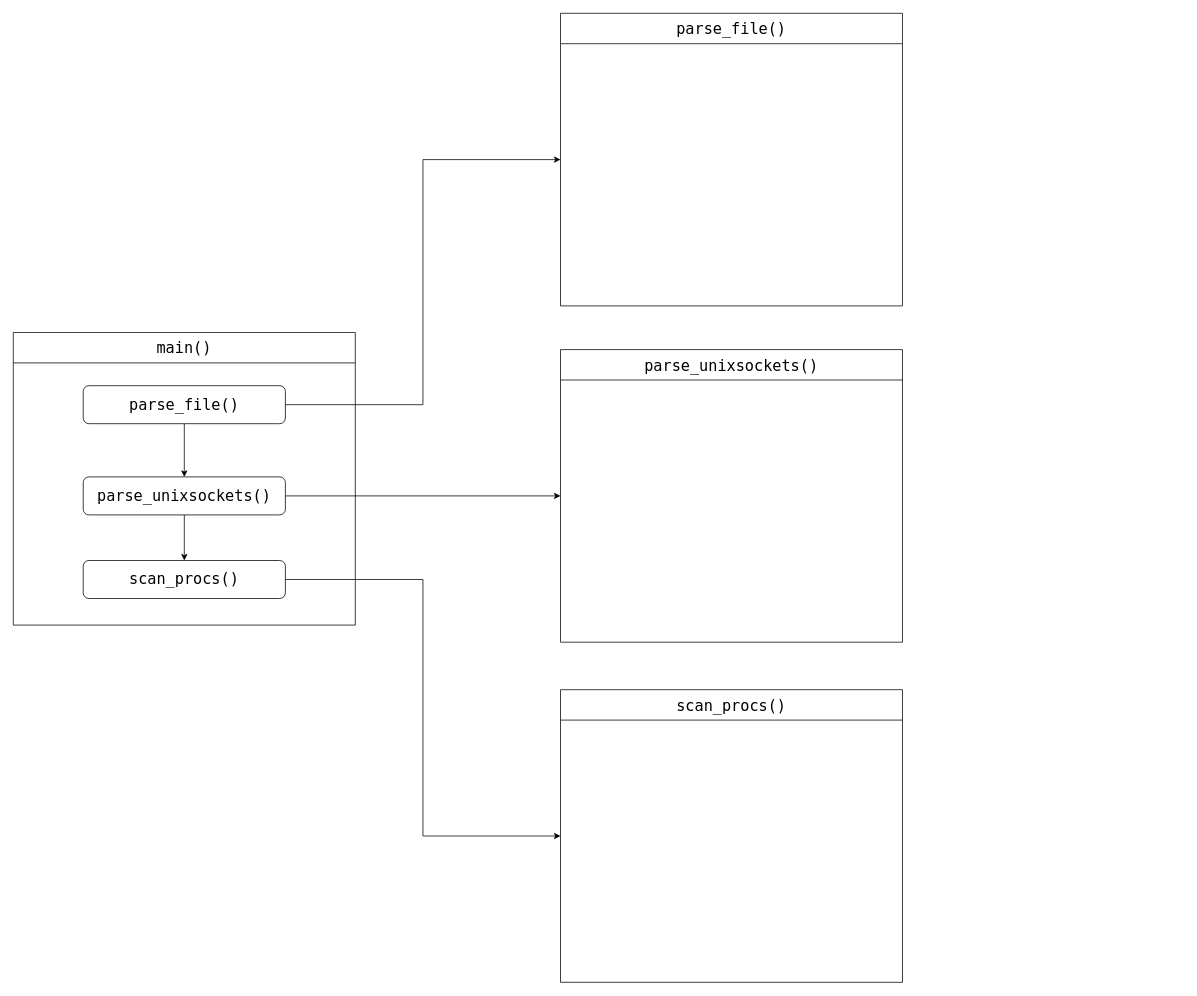
leungbless/MD- keeps this draw.io diagram as fuser获取pid过程.drawio. Above is the earlier version. Source tidied: cells renumbered, new cells numbered last; positions are measured from the earlier drawing's top-left corner, leaving out a move shared by most shapes. Both pictures are drawn from the tidied source at 76%, with x=0, y=0 at pixel (13, 13).
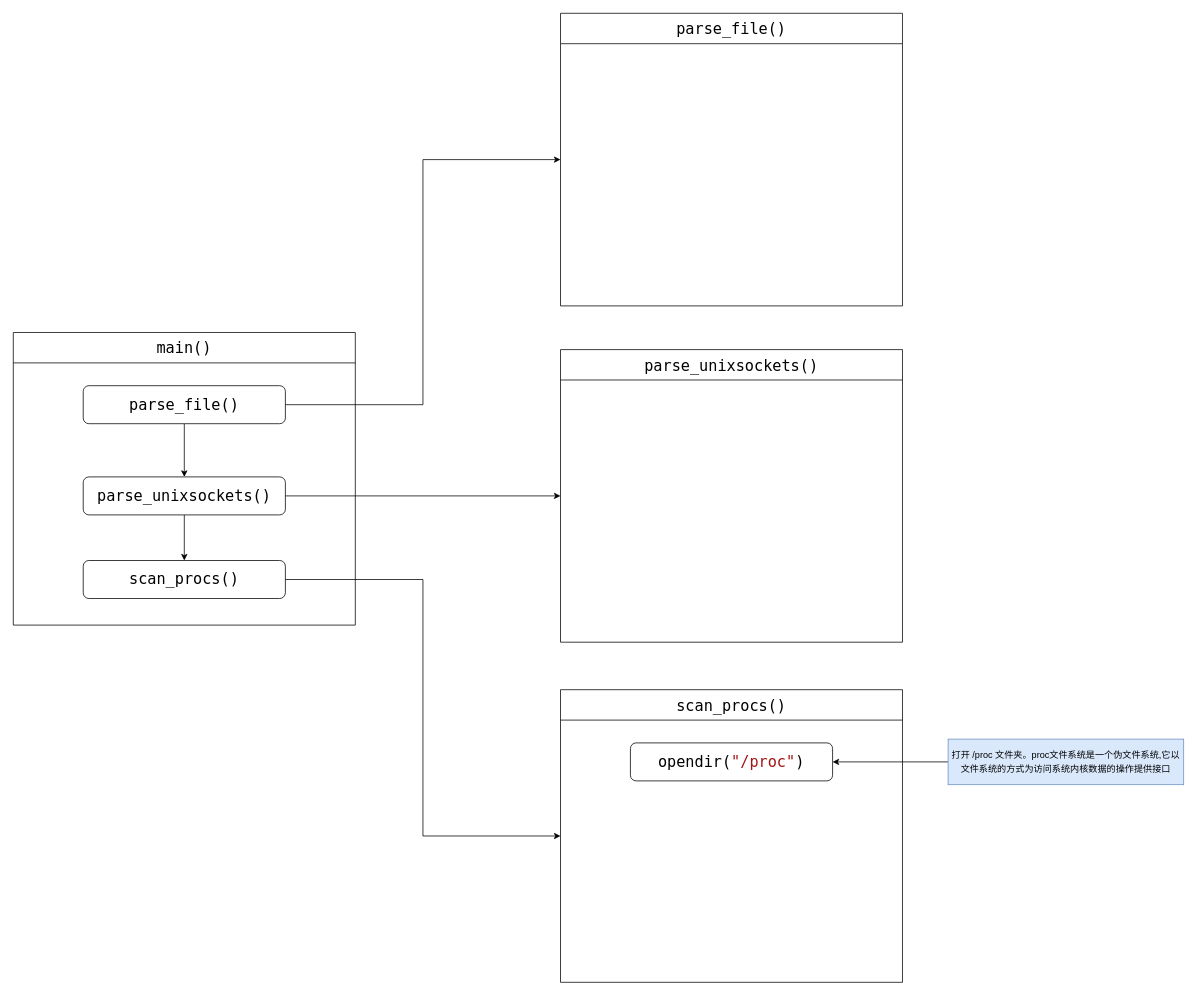
The same page after the edit.

Commit message:
更新fuser获取pid过程.drawio

Change to the diagram source:
```diff
@@
 <mxGraphModel>
   <root>
     <mxCell id="0" />
     <mxCell id="1" parent="0" />
     <mxCell id="2" value="&lt;font face=&quot;Lucida Console&quot; style=&quot;font-size: 20px; font-weight: normal;&quot;&gt;main()&lt;/font&gt;" style="swimlane;whiteSpace=wrap;html=1;startSize=40;" parent="1" vertex="1">
       <mxGeometry y="420" width="450" height="385" as="geometry" />
     </mxCell>
     <mxCell id="3" style="edgeStyle=orthogonalEdgeStyle;rounded=0;jettySize=auto;html=1;exitX=0.5;exitY=1;exitDx=0;exitDy=0;" parent="2" edge="1" source="4" target="6">
       <mxGeometry relative="1" as="geometry" />
     </mxCell>
     <mxCell id="4" value="&lt;div style=&quot;background-color: rgb(255, 255, 255); font-size: 20px; line-height: 19px;&quot;&gt;&lt;font face=&quot;Lucida Console&quot;&gt;parse_file()&lt;/font&gt;&lt;/div&gt;" style="rounded=1;whiteSpace=wrap;html=1;" parent="2" vertex="1">
       <mxGeometry x="92" y="70" width="266" height="50" as="geometry" />
     </mxCell>
     <mxCell id="5" style="edgeStyle=orthogonalEdgeStyle;rounded=0;jettySize=auto;html=1;" parent="2" edge="1" source="6" target="7">
       <mxGeometry relative="1" as="geometry" />
     </mxCell>
     <mxCell id="6" value="&lt;div style=&quot;background-color: rgb(255, 255, 255); font-size: 20px; line-height: 19px;&quot;&gt;&lt;font face=&quot;Lucida Console&quot;&gt;parse_unixsockets()&lt;/font&gt;&lt;/div&gt;" style="rounded=1;whiteSpace=wrap;html=1;" parent="2" vertex="1">
       <mxGeometry x="92" y="190" width="266" height="50" as="geometry" />
     </mxCell>
     <mxCell id="7" value="&lt;div style=&quot;background-color: rgb(255, 255, 255); font-size: 20px; line-height: 19px;&quot;&gt;&lt;font face=&quot;Lucida Console&quot;&gt;scan_procs()&lt;/font&gt;&lt;/div&gt;" style="rounded=1;whiteSpace=wrap;html=1;" parent="2" vertex="1">
       <mxGeometry x="92" y="300" width="266" height="50" as="geometry" />
     </mxCell>
     <mxCell id="8" value="&lt;font style=&quot;font-size: 20px; font-weight: normal;&quot; face=&quot;Lucida Console&quot;&gt;parse_file()&lt;/font&gt;" style="swimlane;whiteSpace=wrap;html=1;startSize=40;" parent="1" vertex="1">
       <mxGeometry x="720" width="450" height="385" as="geometry" />
     </mxCell>
     <mxCell id="9" style="edgeStyle=orthogonalEdgeStyle;rounded=0;jettySize=auto;html=1;exitX=1;exitY=0.5;exitDx=0;exitDy=0;entryX=0;entryY=0.5;entryDx=0;entryDy=0;" parent="1" edge="1" source="4" target="8">
       <mxGeometry relative="1" as="geometry" />
     </mxCell>
     <mxCell id="10" value="&lt;span style=&quot;font-weight: normal;&quot;&gt;&lt;font face=&quot;Lucida Console&quot; style=&quot;font-size: 20px;&quot;&gt;parse_unixsockets()&lt;/font&gt;&lt;/span&gt;" style="swimlane;whiteSpace=wrap;html=1;startSize=40;" parent="1" vertex="1">
       <mxGeometry x="720" y="442.5" width="450" height="385" as="geometry" />
     </mxCell>
     <mxCell id="11" style="edgeStyle=orthogonalEdgeStyle;rounded=0;jettySize=auto;html=1;entryX=0;entryY=0.5;entryDx=0;entryDy=0;" parent="1" edge="1" source="6" target="10">
       <mxGeometry relative="1" as="geometry" />
     </mxCell>
     <mxCell id="12" value="&lt;span style=&quot;font-weight: normal;&quot;&gt;&lt;font face=&quot;Lucida Console&quot; style=&quot;font-size: 20px;&quot;&gt;scan_procs()&lt;/font&gt;&lt;/span&gt;" style="swimlane;whiteSpace=wrap;html=1;startSize=40;" parent="1" vertex="1">
       <mxGeometry x="720" y="890" width="450" height="385" as="geometry" />
     </mxCell>
+    <mxCell id="14" value="&lt;div style=&quot;background-color: rgb(255, 255, 255); font-size: 20px; line-height: 19px;&quot;&gt;&lt;div style=&quot;line-height: 19px;&quot;&gt;&lt;font style=&quot;font-size: 20px;&quot; face=&quot;Lucida Console&quot;&gt;opendir(&lt;span style=&quot;color: rgb(163, 21, 21);&quot;&gt;&quot;/proc&quot;&lt;/span&gt;)&lt;/font&gt;&lt;/div&gt;&lt;/div&gt;" style="rounded=1;whiteSpace=wrap;html=1;" parent="12" vertex="1">
+      <mxGeometry x="92" y="70" width="266" height="50" as="geometry" />
+    </mxCell>
     <mxCell id="13" style="edgeStyle=orthogonalEdgeStyle;rounded=0;jettySize=auto;html=1;entryX=0;entryY=0.5;entryDx=0;entryDy=0;" parent="1" edge="1" source="7" target="12">
       <mxGeometry relative="1" as="geometry" />
     </mxCell>
+    <mxCell id="15" style="edgeStyle=orthogonalEdgeStyle;rounded=0;jettySize=auto;html=1;entryX=1;entryY=0.5;entryDx=0;entryDy=0;" parent="1" edge="1" source="16" target="14">
+      <mxGeometry relative="1" as="geometry" />
+    </mxCell>
+    <mxCell id="16" value="&lt;div style=&quot;line-height: 19px;&quot;&gt;打开 /proc 文件夹。proc文件系统是一个伪文件系统,它以文件系统的方式为访问系统内核数据的操作提供接口&lt;/div&gt;" style="text;html=1;strokeColor=#6c8ebf;fillColor=#dae8fc;align=center;verticalAlign=middle;whiteSpace=wrap;rounded=0;" parent="1" vertex="1">
+      <mxGeometry x="1230" y="955" width="310" height="60" as="geometry" />
+    </mxCell>
   </root>
 </mxGraphModel>
```
